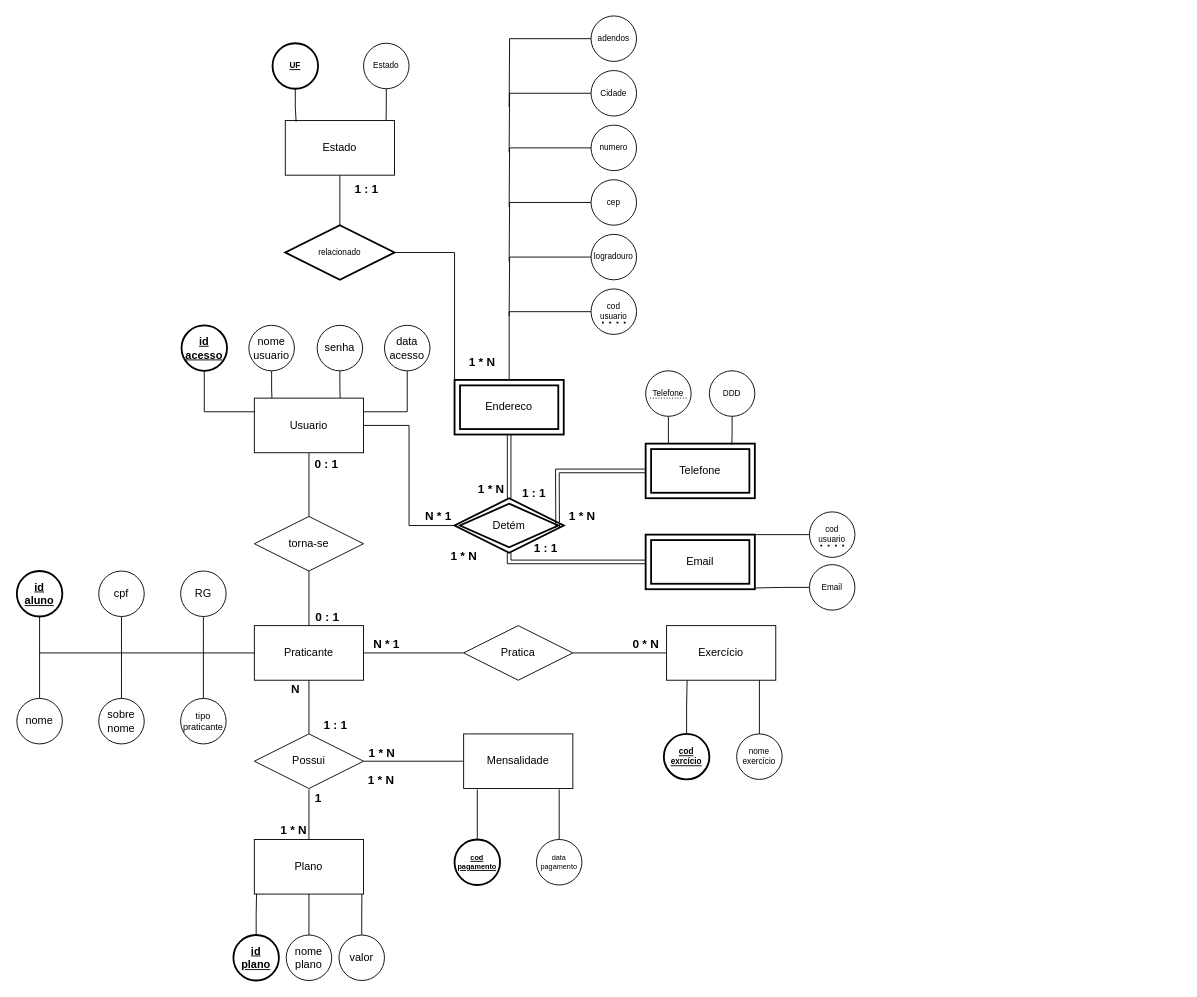
The draw.io diagram _modelagem/Modelagem.drawio.xml in Rodrigo-369/academia, before the edit. Source tidied: cells renumbered, new cells numbered last; positions are measured from the earlier drawing's top-left corner, leaving out a move shared by most shapes. Both pictures are drawn from the tidied source at 91%, with x=0, y=0 at pixel (16, 15).
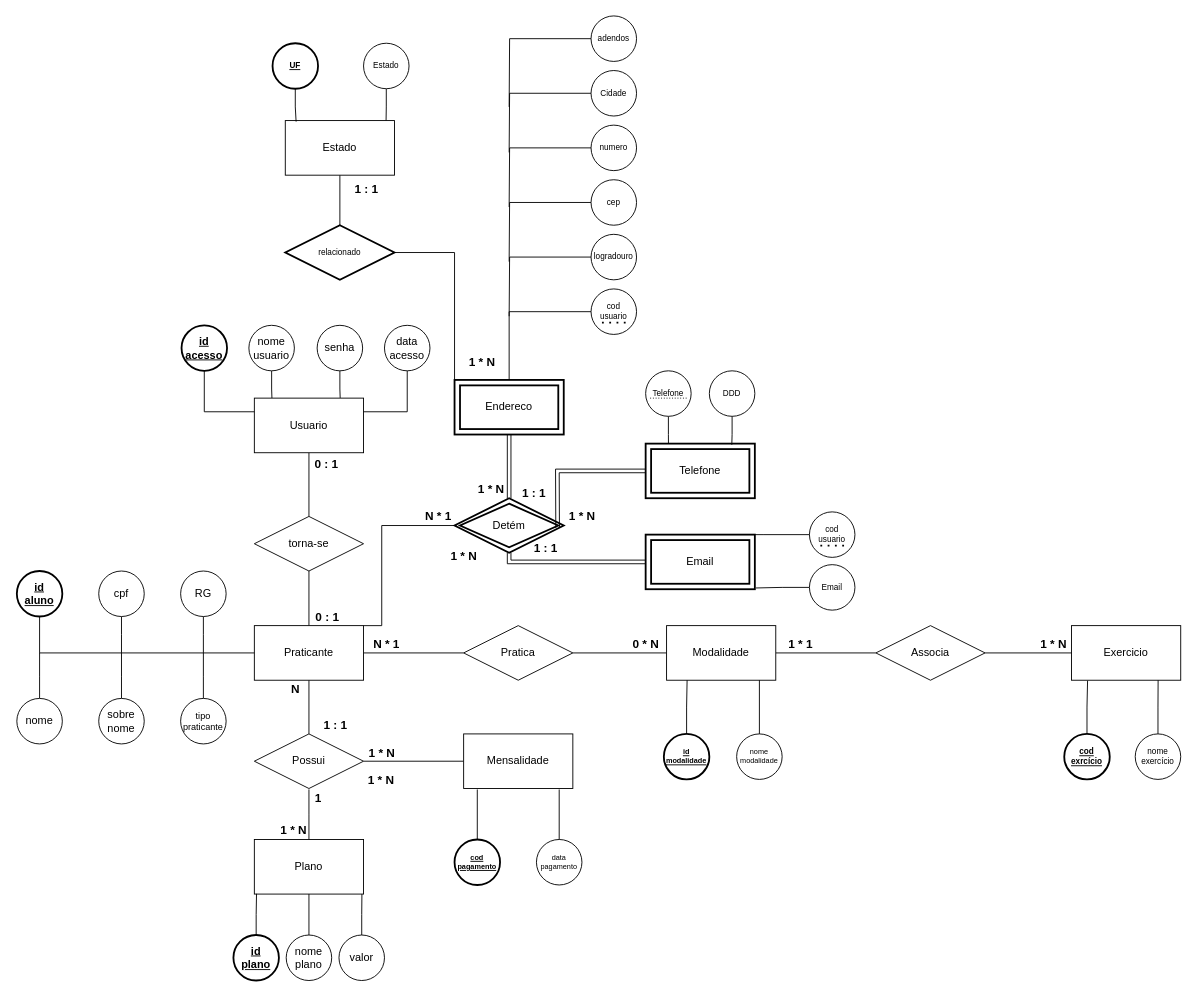
Above is the later version.

Commit message (it also covers changes not shown here):
Atualizando a modelagem

The change refers to these unchanged cells:
```xml
<mxCell id="4" value="Usuario" style="rounded=0;whiteSpace=wrap;html=1;" parent="1" vertex="1">
  <mxGeometry x="261" y="420" width="120" height="60" as="geometry" />
</mxCell>
<mxCell id="8" value="Praticante" style="rounded=0;whiteSpace=wrap;html=1;" parent="1" vertex="1">
  <mxGeometry x="261" y="670" width="120" height="60" as="geometry" />
</mxCell>
<mxCell id="41" value="Detém" style="shape=rhombus;double=1;perimeter=rhombusPerimeter;whiteSpace=wrap;html=1;align=center;fontSize=12;strokeWidth=2;" parent="1" vertex="1">
  <mxGeometry x="481" y="530" width="120" height="60" as="geometry" />
</mxCell>
```

Diff of the diagram source:
```diff
@@
-    <mxCell id="3" style="edgeStyle=orthogonalEdgeStyle;rounded=0;jettySize=auto;html=1;entryX=0;entryY=0.5;entryDx=0;entryDy=0;fontSize=8;endArrow=none;endFill=0;" parent="1" edge="1" source="4" target="41">
-      <mxGeometry relative="1" as="geometry" />
+    <mxCell id="3" style="edgeStyle=orthogonalEdgeStyle;rounded=0;jettySize=auto;html=1;entryX=0;entryY=0.5;entryDx=0;entryDy=0;fontSize=8;endArrow=none;endFill=0;exitX=1;exitY=0;exitDx=0;exitDy=0;" parent="1" edge="1" source="8" target="41">
+      <mxGeometry relative="1" as="geometry">
+        <Array as="points">
+          <mxPoint x="401" y="670" />
+          <mxPoint x="401" y="560" />
+        </Array>
+      </mxGeometry>
     </mxCell>
@@
+    <mxCell id="111" style="edgeStyle=orthogonalEdgeStyle;rounded=0;jettySize=auto;html=1;entryX=0;entryY=0.5;entryDx=0;entryDy=0;fontSize=8;endArrow=none;endFill=0;" parent="1" edge="1" source="10" target="118">
+      <mxGeometry relative="1" as="geometry" />
+    </mxCell>
-    <mxCell id="10" value="Exercício" style="rounded=0;whiteSpace=wrap;html=1;" parent="1" vertex="1">
+    <mxCell id="10" value="Modalidade" style="rounded=0;whiteSpace=wrap;html=1;" parent="1" vertex="1">
       <mxGeometry x="714" y="670" width="120" height="60" as="geometry" />
     </mxCell>
@@
-    <mxCell id="81" value="cod&lt;br&gt;exrcício" style="ellipse;whiteSpace=wrap;html=1;align=center;fontSize=9;fontStyle=5;strokeWidth=2;" parent="1" vertex="1">
+    <mxCell id="81" value="id&lt;br style=&quot;font-size: 8px;&quot;&gt;modalidade" style="ellipse;whiteSpace=wrap;html=1;align=center;fontSize=8;fontStyle=5;strokeWidth=2;" parent="1" vertex="1">
       <mxGeometry x="711" y="789" width="50" height="50" as="geometry" />
     </mxCell>
@@
-    <mxCell id="83" value="nome&lt;br&gt;exercício" style="ellipse;whiteSpace=wrap;html=1;align=center;fontSize=9;" parent="1" vertex="1">
+    <mxCell id="83" value="nome&lt;br style=&quot;font-size: 8px;&quot;&gt;modalidade" style="ellipse;whiteSpace=wrap;html=1;align=center;fontSize=8;" parent="1" vertex="1">
       <mxGeometry x="791" y="789" width="50" height="50" as="geometry" />
     </mxCell>
@@
+    <mxCell id="112" value="Exercicio" style="rounded=0;whiteSpace=wrap;html=1;" parent="1" vertex="1">
+      <mxGeometry x="1159" y="670" width="120" height="60" as="geometry" />
+    </mxCell>
+    <mxCell id="113" style="edgeStyle=orthogonalEdgeStyle;rounded=0;jettySize=auto;html=1;entryX=0.147;entryY=1.008;entryDx=0;entryDy=0;entryPerimeter=0;fontSize=8;endArrow=none;endFill=0;" parent="1" edge="1" source="114" target="112">
+      <mxGeometry relative="1" as="geometry" />
+    </mxCell>
+    <mxCell id="114" value="cod&lt;br&gt;exrcício" style="ellipse;whiteSpace=wrap;html=1;align=center;fontSize=9;fontStyle=5;strokeWidth=2;" parent="1" vertex="1">
+      <mxGeometry x="1151" y="789" width="50" height="50" as="geometry" />
+    </mxCell>
+    <mxCell id="115" style="edgeStyle=orthogonalEdgeStyle;rounded=0;jettySize=auto;html=1;entryX=0.793;entryY=1;entryDx=0;entryDy=0;fontSize=8;endArrow=none;endFill=0;entryPerimeter=0;" parent="1" edge="1" source="116" target="112">
+      <mxGeometry relative="1" as="geometry" />
+    </mxCell>
+    <mxCell id="116" value="nome&lt;br&gt;exercício" style="ellipse;whiteSpace=wrap;html=1;align=center;fontSize=9;" parent="1" vertex="1">
+      <mxGeometry x="1229" y="789" width="50" height="50" as="geometry" />
+    </mxCell>
+    <mxCell id="117" style="edgeStyle=orthogonalEdgeStyle;rounded=0;jettySize=auto;html=1;entryX=0;entryY=0.5;entryDx=0;entryDy=0;fontSize=8;endArrow=none;endFill=0;" parent="1" edge="1" source="118" target="112">
+      <mxGeometry relative="1" as="geometry" />
+    </mxCell>
+    <mxCell id="118" value="Associa" style="shape=rhombus;perimeter=rhombusPerimeter;whiteSpace=wrap;html=1;align=center;" parent="1" vertex="1">
+      <mxGeometry x="944" y="670" width="120" height="60" as="geometry" />
+    </mxCell>
+    <mxCell id="119" value="1 * N" style="text;html=1;align=center;verticalAlign=middle;strokeColor=none;fillColor=none;fontSize=13;fontStyle=1;" parent="1" vertex="1">
+      <mxGeometry x="1119" y="680" width="40" height="20" as="geometry" />
+    </mxCell>
+    <mxCell id="120" value="1 * 1" style="text;html=1;align=center;verticalAlign=middle;strokeColor=none;fillColor=none;fontSize=13;fontStyle=1;" parent="1" vertex="1">
+      <mxGeometry x="841" y="680" width="40" height="20" as="geometry" />
+    </mxCell>
```
